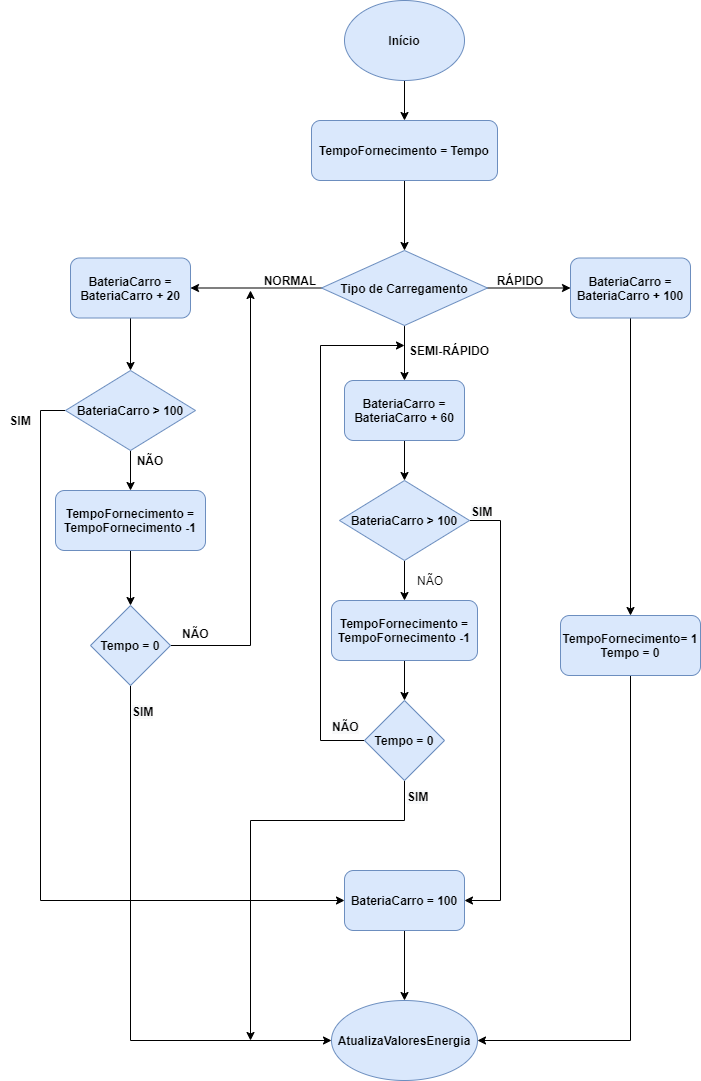
Earlier version of the draw.io export FornecerEnergia.png (ProgRub/Proj2AC). Source tidied: cells renumbered, new cells last; positions are measured from the earlier drawing's top-left corner, leaving out a move shared by most shapes.
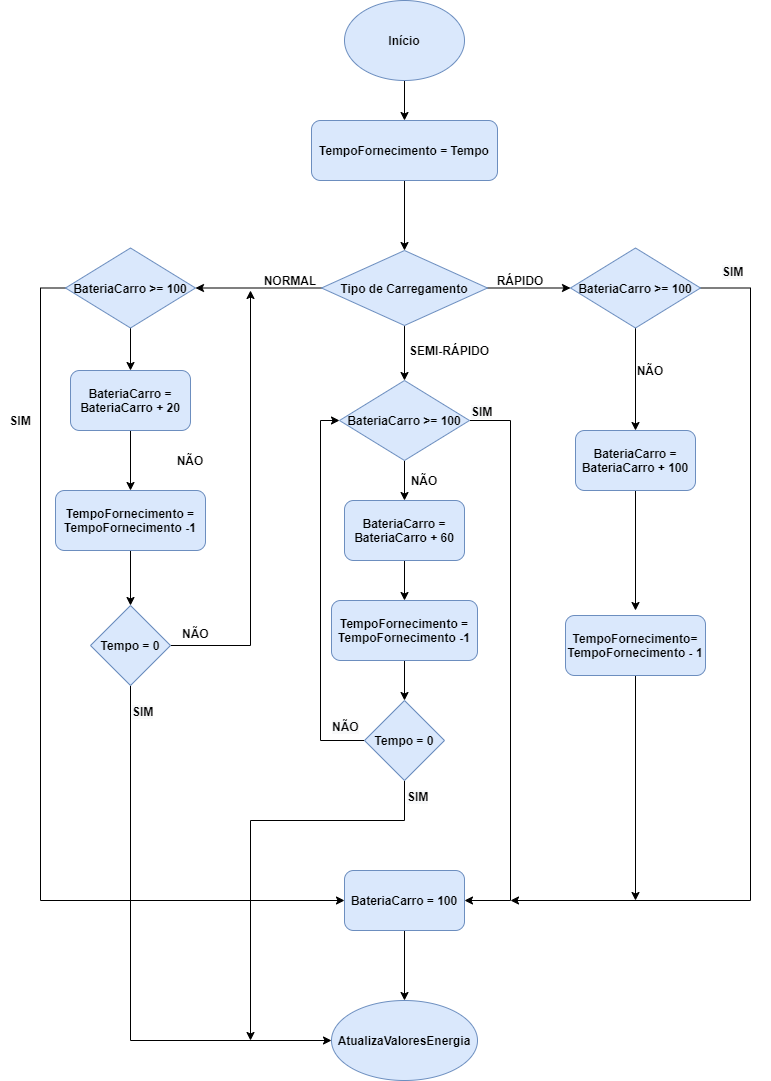
After the change.

What changed in the source:
```diff
@@ -14,36 +14,28 @@
     <mxCell id="5" value="TempoFornecimento&amp;nbsp;= TempoFornecimento&amp;nbsp;-1" style="rounded=1;whiteSpace=wrap;html=1;fontStyle=1;fillColor=#dae8fc;strokeColor=#6c8ebf;" parent="1" vertex="1">
       <mxGeometry x="55" y="490" width="150" height="60" as="geometry" />
     </mxCell>
-    <mxCell id="6" style="edgeStyle=orthogonalEdgeStyle;rounded=0;jettySize=auto;html=1;" parent="1" edge="1" source="9" target="11">
+    <mxCell id="6" style="edgeStyle=orthogonalEdgeStyle;rounded=0;jettySize=auto;html=1;entryX=1;entryY=0.5;entryDx=0;entryDy=0;" parent="1" edge="1" source="9" target="49">
       <mxGeometry relative="1" as="geometry" />
     </mxCell>
-    <mxCell id="7" style="edgeStyle=orthogonalEdgeStyle;rounded=0;jettySize=auto;html=1;entryX=0;entryY=0.5;entryDx=0;entryDy=0;" parent="1" edge="1" source="9" target="13">
-      <mxGeometry relative="1" as="geometry" />
+    <mxCell id="7" style="edgeStyle=orthogonalEdgeStyle;rounded=0;jettySize=auto;html=1;entryX=0;entryY=0.5;entryDx=0;entryDy=0;" parent="1" edge="1" source="9">
+      <mxGeometry relative="1" as="geometry">
+        <mxPoint x="570" y="287.5" as="targetPoint" />
+      </mxGeometry>
     </mxCell>
-    <mxCell id="8" style="edgeStyle=orthogonalEdgeStyle;rounded=0;jettySize=auto;html=1;entryX=0.5;entryY=0;entryDx=0;entryDy=0;" parent="1" edge="1" source="9" target="15">
-      <mxGeometry relative="1" as="geometry" />
+    <mxCell id="8" style="edgeStyle=orthogonalEdgeStyle;rounded=0;jettySize=auto;html=1;entryX=0.5;entryY=0;entryDx=0;entryDy=0;" parent="1" edge="1" source="9">
+      <mxGeometry relative="1" as="geometry">
+        <mxPoint x="404" y="380" as="targetPoint" />
+      </mxGeometry>
     </mxCell>
     <mxCell id="9" value="Tipo de Carregamento" style="rhombus;whiteSpace=wrap;html=1;direction=south;fontStyle=1;fillColor=#dae8fc;strokeColor=#6c8ebf;" parent="1" vertex="1">
       <mxGeometry x="321" y="250" width="166" height="75" as="geometry" />
     </mxCell>
-    <mxCell id="10" style="edgeStyle=orthogonalEdgeStyle;rounded=0;jettySize=auto;html=1;entryX=0.5;entryY=0;entryDx=0;entryDy=0;" parent="1" edge="1" source="11" target="24">
-      <mxGeometry relative="1" as="geometry" />
+    <mxCell id="10" style="edgeStyle=orthogonalEdgeStyle;rounded=0;orthogonalLoop=1;jettySize=auto;html=1;entryX=0.5;entryY=0;entryDx=0;entryDy=0;" parent="1" edge="1">
+      <mxGeometry relative="1" as="geometry">
+        <mxPoint x="130" y="317.5" as="sourcePoint" />
+        <mxPoint x="130" y="370" as="targetPoint" />
+      </mxGeometry>
     </mxCell>
-    <mxCell id="11" value="BateriaCarro = BateriaCarro + 20" style="rounded=1;whiteSpace=wrap;html=1;fontStyle=1;fillColor=#dae8fc;strokeColor=#6c8ebf;" parent="1" vertex="1">
-      <mxGeometry x="70" y="257.5" width="120" height="60" as="geometry" />
-    </mxCell>
-    <mxCell id="12" style="edgeStyle=orthogonalEdgeStyle;rounded=0;jettySize=auto;html=1;entryX=0.5;entryY=0;entryDx=0;entryDy=0;" parent="1" edge="1" source="13" target="33">
-      <mxGeometry relative="1" as="geometry" />
-    </mxCell>
-    <mxCell id="13" value="&lt;span&gt;BateriaCarro = BateriaCarro + 100&lt;/span&gt;" style="rounded=1;whiteSpace=wrap;html=1;fontStyle=1;fillColor=#dae8fc;strokeColor=#6c8ebf;" parent="1" vertex="1">
-      <mxGeometry x="570" y="257.5" width="120" height="60" as="geometry" />
-    </mxCell>
-    <mxCell id="14" style="edgeStyle=orthogonalEdgeStyle;rounded=0;jettySize=auto;html=1;entryX=0.5;entryY=0;entryDx=0;entryDy=0;" parent="1" edge="1" source="15" target="28">
-      <mxGeometry relative="1" as="geometry" />
-    </mxCell>
-    <mxCell id="15" value="&lt;span&gt;BateriaCarro = BateriaCarro + 60&lt;/span&gt;" style="rounded=1;whiteSpace=wrap;html=1;fontStyle=1;fillColor=#dae8fc;strokeColor=#6c8ebf;" parent="1" vertex="1">
-      <mxGeometry x="344" y="380" width="120" height="60" as="geometry" />
-    </mxCell>
     <mxCell id="16" value="NORMAL" style="text;html=1;strokeColor=none;fillColor=none;align=center;verticalAlign=middle;whiteSpace=wrap;rounded=0;fontStyle=1;" parent="1" vertex="1">
       <mxGeometry x="270" y="270" width="40" height="20" as="geometry" />
     </mxCell>
@@ -68,39 +60,24 @@
     <mxCell id="21" value="Tempo = 0" style="rhombus;whiteSpace=wrap;html=1;fontStyle=1;fillColor=#dae8fc;strokeColor=#6c8ebf;" parent="1" vertex="1">
       <mxGeometry x="90" y="605" width="80" height="80" as="geometry" />
     </mxCell>
-    <mxCell id="22" style="edgeStyle=orthogonalEdgeStyle;rounded=0;jettySize=auto;html=1;entryX=0.5;entryY=0;entryDx=0;entryDy=0;" parent="1" edge="1" source="24" target="5">
-      <mxGeometry relative="1" as="geometry" />
-    </mxCell>
-    <mxCell id="23" style="edgeStyle=orthogonalEdgeStyle;rounded=0;jettySize=auto;html=1;entryX=0;entryY=0.5;entryDx=0;entryDy=0;" parent="1" edge="1" source="24" target="38">
+    <mxCell id="23" style="edgeStyle=orthogonalEdgeStyle;rounded=0;jettySize=auto;html=1;entryX=0;entryY=0.5;entryDx=0;entryDy=0;exitX=0;exitY=0.5;exitDx=0;exitDy=0;" parent="1" edge="1" source="49" target="38">
       <mxGeometry relative="1" as="geometry">
         <Array as="points">
-          <mxPoint x="40" y="410" />
+          <mxPoint x="40" y="288" />
           <mxPoint x="40" y="900" />
         </Array>
       </mxGeometry>
     </mxCell>
-    <mxCell id="24" value="BateriaCarro &amp;gt; 100" style="rhombus;whiteSpace=wrap;html=1;fontStyle=1;fillColor=#dae8fc;strokeColor=#6c8ebf;" parent="1" vertex="1">
-      <mxGeometry x="65" y="370" width="130" height="80" as="geometry" />
-    </mxCell>
     <mxCell id="25" value="NÃO" style="text;html=1;strokeColor=none;fillColor=none;align=center;verticalAlign=middle;whiteSpace=wrap;rounded=0;fontStyle=1;" parent="1" vertex="1">
-      <mxGeometry x="130" y="450" width="40" height="20" as="geometry" />
+      <mxGeometry x="170" y="450" width="40" height="20" as="geometry" />
     </mxCell>
-    <mxCell id="26" style="edgeStyle=orthogonalEdgeStyle;rounded=0;jettySize=auto;html=1;entryX=0.5;entryY=0;entryDx=0;entryDy=0;" parent="1" edge="1" source="28" target="31">
-      <mxGeometry relative="1" as="geometry" />
+    <mxCell id="26" style="edgeStyle=orthogonalEdgeStyle;rounded=0;jettySize=auto;html=1;entryX=0.5;entryY=0;entryDx=0;entryDy=0;" parent="1" edge="1" target="31">
+      <mxGeometry relative="1" as="geometry">
+        <mxPoint x="404" y="560" as="sourcePoint" />
+      </mxGeometry>
     </mxCell>
-    <mxCell id="27" style="edgeStyle=orthogonalEdgeStyle;rounded=0;jettySize=auto;html=1;entryX=1;entryY=0.5;entryDx=0;entryDy=0;" parent="1" edge="1" source="28" target="38">
-      <mxGeometry relative="1" as="geometry">
-        <Array as="points">
-          <mxPoint x="500" y="520" />
-          <mxPoint x="500" y="900" />
-        </Array>
-      </mxGeometry>
-    </mxCell>
-    <mxCell id="28" value="BateriaCarro &amp;gt; 100" style="rhombus;whiteSpace=wrap;html=1;fontStyle=1;fillColor=#dae8fc;strokeColor=#6c8ebf;" parent="1" vertex="1">
-      <mxGeometry x="339" y="480" width="130" height="80" as="geometry" />
-    </mxCell>
-    <mxCell id="29" value="NÃO" style="text;html=1;strokeColor=none;fillColor=none;align=center;verticalAlign=middle;whiteSpace=wrap;rounded=0;" parent="1" vertex="1">
-      <mxGeometry x="410" y="570" width="40" height="20" as="geometry" />
+    <mxCell id="29" value="NÃO" style="text;html=1;strokeColor=none;fillColor=none;align=center;verticalAlign=middle;whiteSpace=wrap;rounded=0;fontStyle=1;" parent="1" vertex="1">
+      <mxGeometry x="404" y="470" width="40" height="20" as="geometry" />
     </mxCell>
     <mxCell id="30" style="edgeStyle=orthogonalEdgeStyle;rounded=0;jettySize=auto;html=1;entryX=0.5;entryY=0;entryDx=0;entryDy=0;" parent="1" edge="1" source="31" target="36">
       <mxGeometry relative="1" as="geometry" />
@@ -108,21 +85,19 @@
     <mxCell id="31" value="TempoFornecimento&amp;nbsp;= TempoFornecimento&amp;nbsp;-1" style="rounded=1;whiteSpace=wrap;html=1;fontStyle=1;fillColor=#dae8fc;strokeColor=#6c8ebf;" parent="1" vertex="1">
       <mxGeometry x="331" y="600" width="146" height="60" as="geometry" />
     </mxCell>
-    <mxCell id="32" style="edgeStyle=orthogonalEdgeStyle;rounded=0;jettySize=auto;html=1;entryX=1;entryY=0.5;entryDx=0;entryDy=0;" parent="1" edge="1" source="33" target="43">
-      <mxGeometry relative="1" as="geometry">
-        <Array as="points">
-          <mxPoint x="630" y="1040" />
-        </Array>
-      </mxGeometry>
-    </mxCell>
+    <mxCell id="48" style="edgeStyle=orthogonalEdgeStyle;rounded=0;jettySize=auto;html=1;" parent="1" edge="1" source="33">
+      <mxGeometry relative="1" as="geometry">
+        <mxPoint x="635" y="900" as="targetPoint" />
+      </mxGeometry>
+    </mxCell>
-    <mxCell id="33" value="TempoFornecimento= 1&lt;br&gt;Tempo = 0" style="rounded=1;whiteSpace=wrap;html=1;fontStyle=1;fillColor=#dae8fc;strokeColor=#6c8ebf;" parent="1" vertex="1">
-      <mxGeometry x="560" y="615" width="140" height="60" as="geometry" />
+    <mxCell id="33" value="TempoFornecimento= TempoFornecimento - 1" style="rounded=1;whiteSpace=wrap;html=1;fontStyle=1;fillColor=#dae8fc;strokeColor=#6c8ebf;" parent="1" vertex="1">
+      <mxGeometry x="565" y="615" width="140" height="60" as="geometry" />
     </mxCell>
-    <mxCell id="34" style="edgeStyle=orthogonalEdgeStyle;rounded=0;jettySize=auto;html=1;entryX=0;entryY=0.25;entryDx=0;entryDy=0;" parent="1" edge="1" source="36" target="17">
+    <mxCell id="34" style="edgeStyle=orthogonalEdgeStyle;rounded=0;jettySize=auto;html=1;entryX=0;entryY=0.5;entryDx=0;entryDy=0;" parent="1" edge="1" source="36" target="57">
       <mxGeometry relative="1" as="geometry">
         <Array as="points">
           <mxPoint x="320" y="740" />
-          <mxPoint x="320" y="345" />
+          <mxPoint x="320" y="420" />
         </Array>
       </mxGeometry>
     </mxCell>
@@ -148,7 +123,7 @@
       <mxGeometry y="410" width="40" height="20" as="geometry" />
     </mxCell>
     <mxCell id="40" value="&lt;div&gt;&#10;&#10;&lt;!--StartFragment--&gt;&lt;span style=&quot;color: rgb(0, 0, 0); font-family: Helvetica; font-size: 12px; font-style: normal; font-variant-ligatures: normal; font-variant-caps: normal; letter-spacing: normal; orphans: 2; text-align: center; text-indent: 0px; text-transform: none; widows: 2; word-spacing: 0px; -webkit-text-stroke-width: 0px; background-color: rgb(248, 249, 250); text-decoration-style: initial; text-decoration-color: initial; float: none; display: inline !important;&quot;&gt;SIM&lt;/span&gt;&lt;!--EndFragment--&gt;&#10;&#10;&lt;/div&gt;" style="text;whiteSpace=wrap;html=1;fontStyle=1;" parent="1" vertex="1">
-      <mxGeometry x="469" y="470" width="50" height="70" as="geometry" />
+      <mxGeometry x="469" y="370" width="50" height="70" as="geometry" />
     </mxCell>
     <mxCell id="41" value="&lt;div&gt;NÃO&lt;/div&gt;" style="text;whiteSpace=wrap;html=1;fontStyle=1;" parent="1" vertex="1">
       <mxGeometry x="180" y="620" width="50" height="20" as="geometry" />
@@ -171,5 +146,60 @@
     <mxCell id="47" value="TempoFornecimento = Tempo" style="rounded=1;whiteSpace=wrap;html=1;fillColor=#dae8fc;strokeColor=#6c8ebf;fontStyle=1;" parent="1" vertex="1">
       <mxGeometry x="311" y="120" width="186" height="60" as="geometry" />
     </mxCell>
+    <mxCell id="49" value="BateriaCarro &amp;gt;= 100" style="rhombus;whiteSpace=wrap;html=1;fontStyle=1;fillColor=#dae8fc;strokeColor=#6c8ebf;" parent="1" vertex="1">
+      <mxGeometry x="65" y="247.5" width="130" height="80" as="geometry" />
+    </mxCell>
+    <mxCell id="50" style="edgeStyle=orthogonalEdgeStyle;rounded=0;jettySize=auto;html=1;entryX=0.5;entryY=0;entryDx=0;entryDy=0;" parent="1" edge="1" source="11" target="5">
+      <mxGeometry relative="1" as="geometry" />
+    </mxCell>
+    <mxCell id="11" value="BateriaCarro = BateriaCarro + 20" style="rounded=1;whiteSpace=wrap;html=1;fontStyle=1;fillColor=#dae8fc;strokeColor=#6c8ebf;" parent="1" vertex="1">
+      <mxGeometry x="70" y="370" width="120" height="60" as="geometry" />
+    </mxCell>
+    <mxCell id="51" style="edgeStyle=orthogonalEdgeStyle;rounded=0;jettySize=auto;html=1;" parent="1" edge="1" source="53" target="13">
+      <mxGeometry relative="1" as="geometry" />
+    </mxCell>
+    <mxCell id="52" style="edgeStyle=orthogonalEdgeStyle;rounded=0;jettySize=auto;html=1;" parent="1" edge="1" source="53">
+      <mxGeometry relative="1" as="geometry">
+        <mxPoint x="510" y="900" as="targetPoint" />
+        <Array as="points">
+          <mxPoint x="750" y="288" />
+          <mxPoint x="750" y="900" />
+        </Array>
+      </mxGeometry>
+    </mxCell>
+    <mxCell id="53" value="BateriaCarro &amp;gt;= 100" style="rhombus;whiteSpace=wrap;html=1;fontStyle=1;fillColor=#dae8fc;strokeColor=#6c8ebf;" parent="1" vertex="1">
+      <mxGeometry x="570" y="247.5" width="130" height="80" as="geometry" />
+    </mxCell>
+    <mxCell id="54" style="edgeStyle=orthogonalEdgeStyle;rounded=0;jettySize=auto;html=1;" parent="1" edge="1" source="13">
+      <mxGeometry relative="1" as="geometry">
+        <mxPoint x="635" y="610" as="targetPoint" />
+      </mxGeometry>
+    </mxCell>
+    <mxCell id="13" value="&lt;span&gt;BateriaCarro = BateriaCarro + 100&lt;/span&gt;" style="rounded=1;whiteSpace=wrap;html=1;fontStyle=1;fillColor=#dae8fc;strokeColor=#6c8ebf;" parent="1" vertex="1">
+      <mxGeometry x="575" y="430" width="120" height="60" as="geometry" />
+    </mxCell>
+    <mxCell id="15" value="&lt;span&gt;BateriaCarro = BateriaCarro + 60&lt;/span&gt;" style="rounded=1;whiteSpace=wrap;html=1;fontStyle=1;fillColor=#dae8fc;strokeColor=#6c8ebf;" parent="1" vertex="1">
+      <mxGeometry x="344" y="500" width="120" height="60" as="geometry" />
+    </mxCell>
+    <mxCell id="55" style="edgeStyle=orthogonalEdgeStyle;rounded=0;jettySize=auto;html=1;entryX=0.5;entryY=0;entryDx=0;entryDy=0;" parent="1" edge="1" source="57" target="15">
+      <mxGeometry relative="1" as="geometry" />
+    </mxCell>
+    <mxCell id="56" style="edgeStyle=orthogonalEdgeStyle;rounded=0;jettySize=auto;html=1;entryX=1;entryY=0.5;entryDx=0;entryDy=0;" parent="1" edge="1" source="57" target="38">
+      <mxGeometry relative="1" as="geometry">
+        <Array as="points">
+          <mxPoint x="510" y="420" />
+          <mxPoint x="510" y="900" />
+        </Array>
+      </mxGeometry>
+    </mxCell>
+    <mxCell id="57" value="BateriaCarro &amp;gt;= 100" style="rhombus;whiteSpace=wrap;html=1;fontStyle=1;fillColor=#dae8fc;strokeColor=#6c8ebf;" parent="1" vertex="1">
+      <mxGeometry x="339" y="380" width="130" height="80" as="geometry" />
+    </mxCell>
+    <mxCell id="58" value="NÃO" style="text;html=1;strokeColor=none;fillColor=none;align=center;verticalAlign=middle;whiteSpace=wrap;rounded=0;fontStyle=1;" parent="1" vertex="1">
+      <mxGeometry x="630" y="360" width="40" height="20" as="geometry" />
+    </mxCell>
+    <mxCell id="59" value="&lt;div&gt;&#10;&#10;&lt;!--StartFragment--&gt;&lt;span style=&quot;color: rgb(0, 0, 0); font-family: Helvetica; font-size: 12px; font-style: normal; font-variant-ligatures: normal; font-variant-caps: normal; letter-spacing: normal; orphans: 2; text-align: center; text-indent: 0px; text-transform: none; widows: 2; word-spacing: 0px; -webkit-text-stroke-width: 0px; background-color: rgb(248, 249, 250); text-decoration-style: initial; text-decoration-color: initial; float: none; display: inline !important;&quot;&gt;SIM&lt;/span&gt;&lt;!--EndFragment--&gt;&#10;&#10;&lt;/div&gt;" style="text;whiteSpace=wrap;html=1;fontStyle=1;" parent="1" vertex="1">
+      <mxGeometry x="720" y="230" width="50" height="70" as="geometry" />
+    </mxCell>
   </root>
 </mxGraphModel>
```
